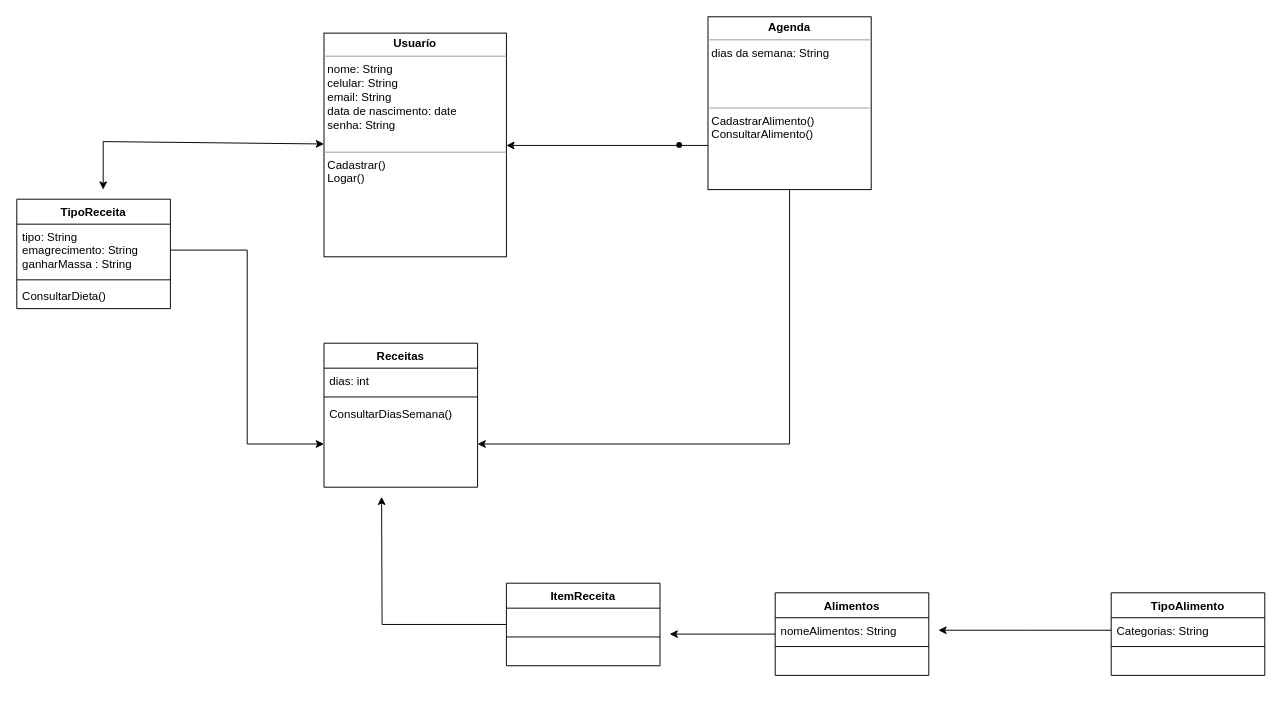
This is Documentacao/Diagrama de Classe/Diagrama de Classes.drawio from FelipeRoriz0/MakeYourdiet, a draw.io file, before an edit. Source tidied: cells renumbered, new cells numbered last; positions are measured from the earlier drawing's top-left corner, leaving out a move shared by most shapes. Both pictures are drawn from the tidied source at 96%, with x=0, y=0 at pixel (16, 16).
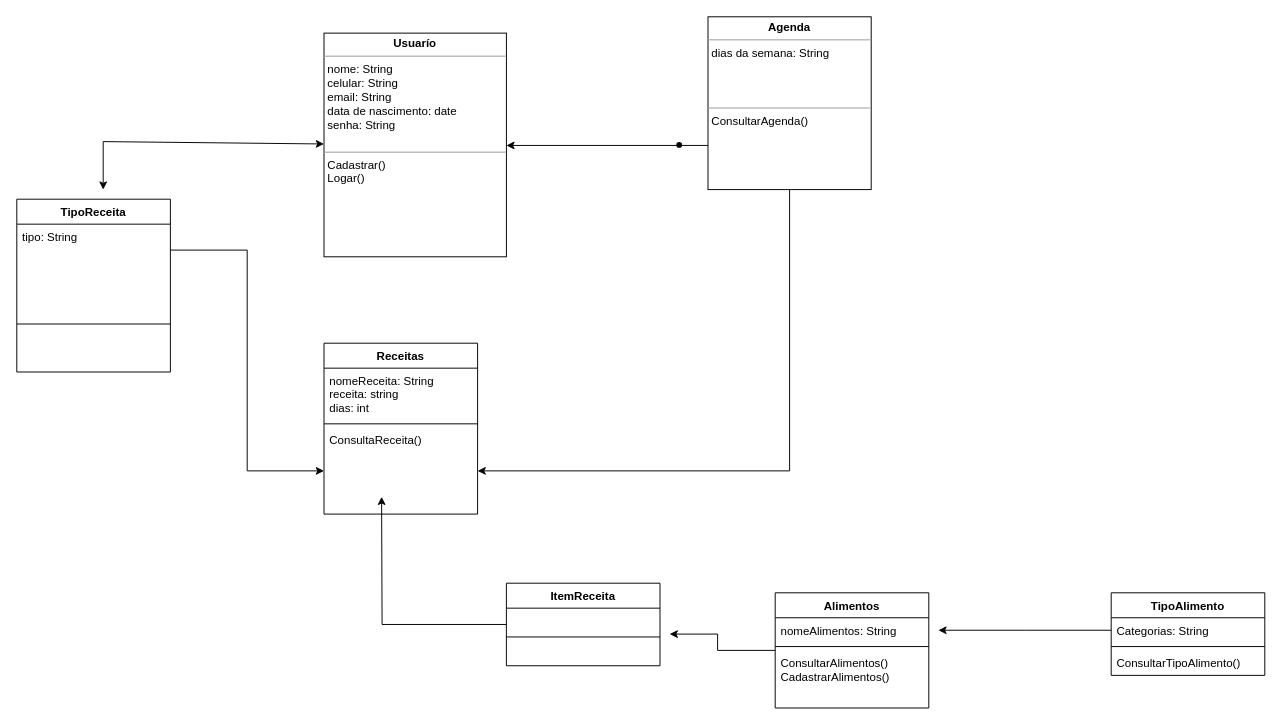
Above is the later version.

Commit message (it also covers changes not shown here):
Atualização Diagrama de Classe

Unchanged cells that the change refers to:
```xml
<mxCell id="27" value="TipoAlimento" style="swimlane;fontStyle=1;align=center;verticalAlign=top;horizontal=1;startSize=26;" parent="1" vertex="1">
  <mxGeometry x="1140" y="600" width="160" height="86" as="geometry" />
</mxCell>
```

Change to the diagram source:
```diff
@@
-    <mxCell id="4" value="&lt;p style=&quot;margin:0px;margin-top:4px;text-align:center;&quot;&gt;&lt;b&gt;Agenda&lt;/b&gt;&lt;/p&gt;&lt;hr size=&quot;1&quot;&gt;&lt;p style=&quot;margin:0px;margin-left:4px;&quot;&gt;dias da semana: String&lt;/p&gt;&lt;p style=&quot;margin:0px;margin-left:4px;&quot;&gt;&lt;br&gt;&lt;/p&gt;&lt;p style=&quot;margin:0px;margin-left:4px;&quot;&gt;&lt;br&gt;&lt;/p&gt;&lt;p style=&quot;margin:0px;margin-left:4px;&quot;&gt;&lt;br&gt;&lt;/p&gt;&lt;hr size=&quot;1&quot;&gt;&lt;p style=&quot;margin:0px;margin-left:4px;&quot;&gt;CadastrarAlimento()&lt;/p&gt;&lt;p style=&quot;margin:0px;margin-left:4px;&quot;&gt;ConsultarAlimento()&lt;/p&gt;&lt;p style=&quot;margin:0px;margin-left:4px;&quot;&gt;&lt;br&gt;&lt;/p&gt;&lt;p style=&quot;margin:0px;margin-left:4px;&quot;&gt;&lt;br&gt;&lt;/p&gt;" style="verticalAlign=top;align=left;overflow=fill;fontSize=12;fontFamily=Helvetica;html=1;rounded=0;shadow=0;comic=0;labelBackgroundColor=none;strokeWidth=1;" parent="1" vertex="1">
+    <mxCell id="4" value="&lt;p style=&quot;margin:0px;margin-top:4px;text-align:center;&quot;&gt;&lt;b&gt;Agenda&lt;/b&gt;&lt;/p&gt;&lt;hr size=&quot;1&quot;&gt;&lt;p style=&quot;margin:0px;margin-left:4px;&quot;&gt;dias da semana: String&lt;/p&gt;&lt;p style=&quot;margin:0px;margin-left:4px;&quot;&gt;&lt;br&gt;&lt;/p&gt;&lt;p style=&quot;margin:0px;margin-left:4px;&quot;&gt;&lt;br&gt;&lt;/p&gt;&lt;p style=&quot;margin:0px;margin-left:4px;&quot;&gt;&lt;br&gt;&lt;/p&gt;&lt;hr size=&quot;1&quot;&gt;&lt;p style=&quot;margin:0px;margin-left:4px;&quot;&gt;ConsultarAgenda()&lt;/p&gt;&lt;p style=&quot;margin:0px;margin-left:4px;&quot;&gt;&lt;br&gt;&lt;/p&gt;" style="verticalAlign=top;align=left;overflow=fill;fontSize=12;fontFamily=Helvetica;html=1;rounded=0;shadow=0;comic=0;labelBackgroundColor=none;strokeWidth=1;" parent="1" vertex="1">
       <mxGeometry x="720" width="170" height="180" as="geometry" />
     </mxCell>
@@
     <mxCell id="7" value="Receitas" style="swimlane;fontStyle=1;align=center;verticalAlign=top;horizontal=1;startSize=26;" parent="1" vertex="1">
-      <mxGeometry x="320" y="340" width="160" height="150" as="geometry" />
+      <mxGeometry x="320" y="340" width="160" height="178" as="geometry" />
     </mxCell>
-    <mxCell id="8" value="dias: int" style="text;strokeColor=none;fillColor=none;align=left;verticalAlign=top;spacingLeft=4;spacingRight=4;overflow=hidden;" parent="7" vertex="1">
-      <mxGeometry y="26" width="160" height="26" as="geometry" />
+    <mxCell id="8" value="nomeReceita: String&#10;receita: string&#10;dias: int&#10;" style="text;strokeColor=none;fillColor=none;align=left;verticalAlign=top;spacingLeft=4;spacingRight=4;overflow=hidden;" parent="7" vertex="1">
+      <mxGeometry y="26" width="160" height="54" as="geometry" />
     </mxCell>
     <mxCell id="9" style="line;strokeWidth=1;fillColor=none;align=left;verticalAlign=middle;spacingTop=-1;spacingLeft=3;spacingRight=3;labelPosition=right;strokeColor=inherit;" parent="7" vertex="1">
-      <mxGeometry y="52" width="160" height="8" as="geometry" />
+      <mxGeometry y="80" width="160" height="8" as="geometry" />
     </mxCell>
-    <mxCell id="10" value="ConsultarDiasSemana()" style="text;strokeColor=none;fillColor=none;align=left;verticalAlign=top;spacingLeft=4;spacingRight=4;overflow=hidden;points=[[0,0.5],[1,0.5]];portConstraint=eastwest;" parent="7" vertex="1">
-      <mxGeometry y="60" width="160" height="90" as="geometry" />
+    <mxCell id="10" value="ConsultaReceita()" style="text;strokeColor=none;fillColor=none;align=left;verticalAlign=top;spacingLeft=4;spacingRight=4;overflow=hidden;points=[[0,0.5],[1,0.5]];portConstraint=eastwest;" parent="7" vertex="1">
+      <mxGeometry y="88" width="160" height="90" as="geometry" />
     </mxCell>
     <mxCell id="11" value="TipoReceita" style="swimlane;fontStyle=1;align=center;verticalAlign=top;horizontal=1;startSize=26;" parent="1" vertex="1">
-      <mxGeometry y="190" width="160" height="114" as="geometry" />
+      <mxGeometry y="190" width="160" height="180" as="geometry" />
     </mxCell>
-    <mxCell id="12" value="tipo: String&#10;emagrecimento: String&#10;ganharMassa : String" style="text;strokeColor=none;fillColor=none;align=left;verticalAlign=top;spacingLeft=4;spacingRight=4;overflow=hidden;points=[[0,0.5],[1,0.5]];portConstraint=eastwest;" parent="11" vertex="1">
+    <mxCell id="12" value="tipo: String" style="text;strokeColor=none;fillColor=none;align=left;verticalAlign=top;spacingLeft=4;spacingRight=4;overflow=hidden;points=[[0,0.5],[1,0.5]];portConstraint=eastwest;" parent="11" vertex="1">
       <mxGeometry y="26" width="160" height="54" as="geometry" />
     </mxCell>
     <mxCell id="13" style="line;strokeWidth=1;fillColor=none;align=left;verticalAlign=middle;spacingTop=-1;spacingLeft=3;spacingRight=3;labelPosition=right;strokeColor=inherit;" parent="11" vertex="1">
-      <mxGeometry y="80" width="160" height="8" as="geometry" />
+      <mxGeometry y="80" width="160" height="100" as="geometry" />
     </mxCell>
-    <mxCell id="14" value="ConsultarDieta()" style="text;strokeColor=none;fillColor=none;align=left;verticalAlign=top;spacingLeft=4;spacingRight=4;overflow=hidden;" parent="11" vertex="1">
-      <mxGeometry y="88" width="160" height="26" as="geometry" />
-    </mxCell>
@@
     <mxCell id="23" value="Alimentos" style="swimlane;fontStyle=1;align=center;verticalAlign=top;horizontal=1;startSize=26;" parent="1" vertex="1">
-      <mxGeometry x="790" y="600" width="160" height="86" as="geometry" />
+      <mxGeometry x="790" y="600" width="160" height="120" as="geometry" />
     </mxCell>
@@
-    <mxCell id="26" value=" " style="text;strokeColor=none;fillColor=none;align=left;verticalAlign=top;spacingLeft=4;spacingRight=4;overflow=hidden;" parent="23" vertex="1">
-      <mxGeometry y="60" width="160" height="26" as="geometry" />
+    <mxCell id="26" value="ConsultarAlimentos()&#10;CadastrarAlimentos()" style="text;strokeColor=none;fillColor=none;align=left;verticalAlign=top;spacingLeft=4;spacingRight=4;overflow=hidden;" parent="23" vertex="1">
+      <mxGeometry y="60" width="160" height="60" as="geometry" />
     </mxCell>
@@
-    <mxCell id="30" value=" " style="text;strokeColor=none;fillColor=none;align=left;verticalAlign=top;spacingLeft=4;spacingRight=4;overflow=hidden;" parent="27" vertex="1">
+    <mxCell id="30" value="ConsultarTipoAlimento()" style="text;strokeColor=none;fillColor=none;align=left;verticalAlign=top;spacingLeft=4;spacingRight=4;overflow=hidden;" parent="27" vertex="1">
       <mxGeometry y="60" width="160" height="26" as="geometry" />
     </mxCell>
```
